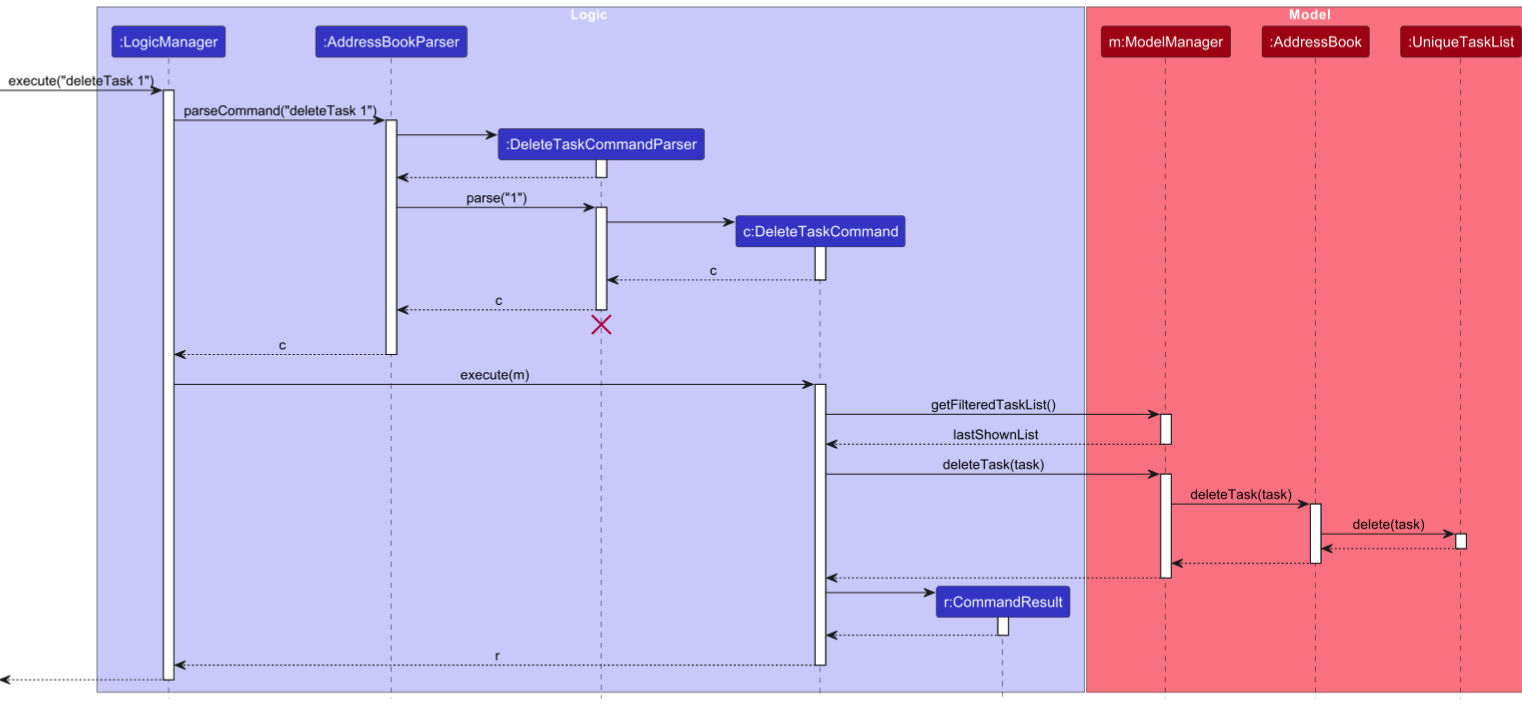
Earlier version of the PlantUML export docs/images/DeleteTaskSequenceDiagram.png (pra-navi/tp). Its source is kept beside it as docs/diagrams/DeleteTaskSequenceDiagram.puml.
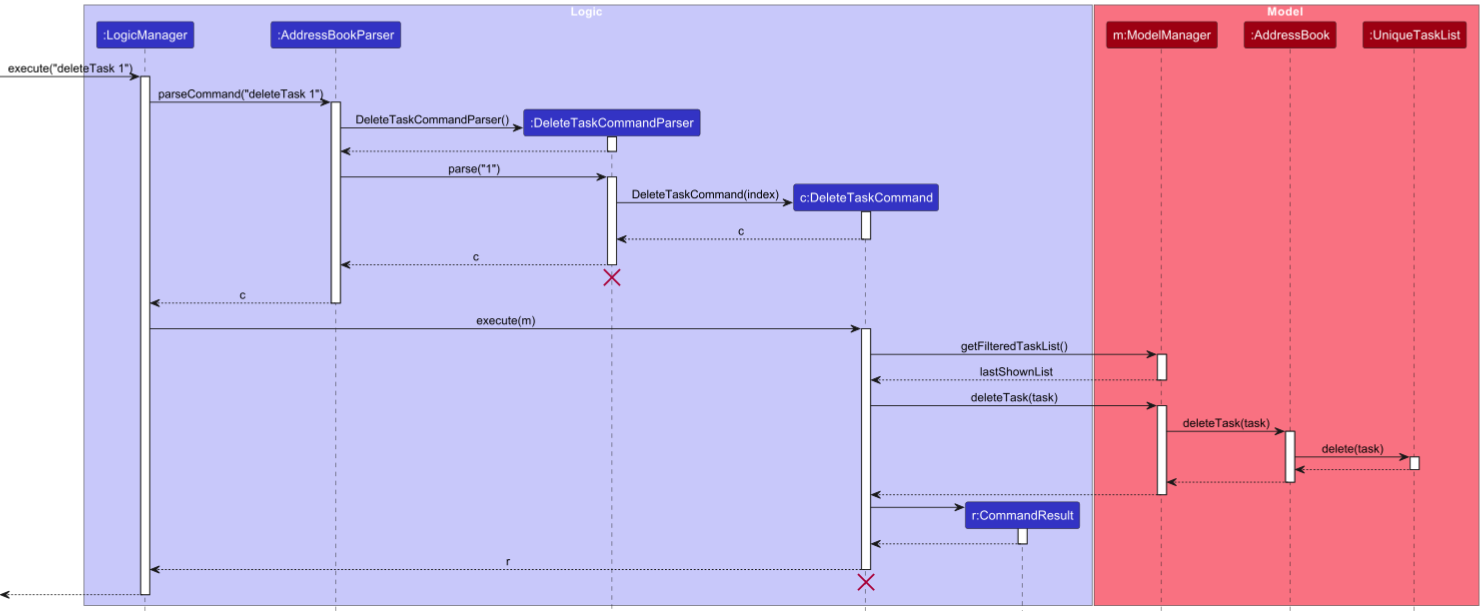
After the change.

Change to the diagram source:
```diff
@@ -23,7 +23,7 @@
 activate AddressBookParser
 
 create DeleteTaskCommandParser
-AddressBookParser -> DeleteTaskCommandParser
+AddressBookParser -> DeleteTaskCommandParser : DeleteTaskCommandParser()
 activate DeleteTaskCommandParser
 
 DeleteTaskCommandParser --> AddressBookParser
@@ -33,7 +33,7 @@
 activate DeleteTaskCommandParser
 
 create DeleteTaskCommand
-DeleteTaskCommandParser -> DeleteTaskCommand
+DeleteTaskCommandParser -> DeleteTaskCommand : DeleteTaskCommand(index)
 activate DeleteTaskCommand
 
 DeleteTaskCommand --> DeleteTaskCommandParser : c
@@ -83,6 +83,8 @@
 
 DeleteTaskCommand --> LogicManager : r
 deactivate DeleteTaskCommand
+DeleteTaskCommand -[hidden]-> LogicManager
+destroy DeleteTaskCommand
 
 [<--LogicManager
 deactivate LogicManager
```
